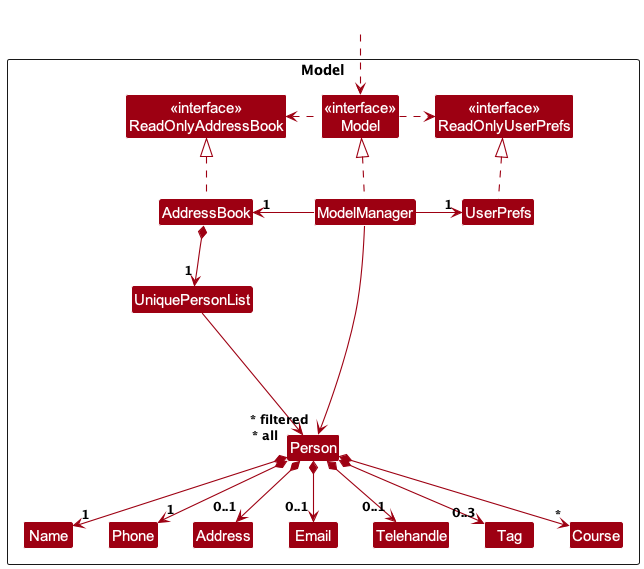
Before: docs/images/ModelClassDiagram.png, a diagram exported from PlantUML (tanteckfang/tp).
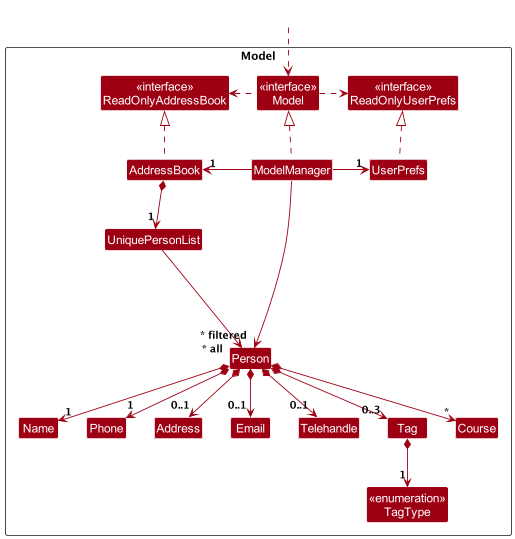
The same file after the commit.

What changed in the source:
```diff
@@ -21,6 +21,8 @@
 Class Telehandle
 Class Tag
 Class Course
+
+Class "<<enumeration>>\nTagType" as TagType
 
 Class I #FFFFFF
 }
@@ -47,6 +49,8 @@
 Person *--> "0..3" Tag
 Person *--> "*" Course
 
+Tag *-down-> "1"TagType
+
 Person -[hidden]up--> I
 UniquePersonList -[hidden]right-> I
 
```
